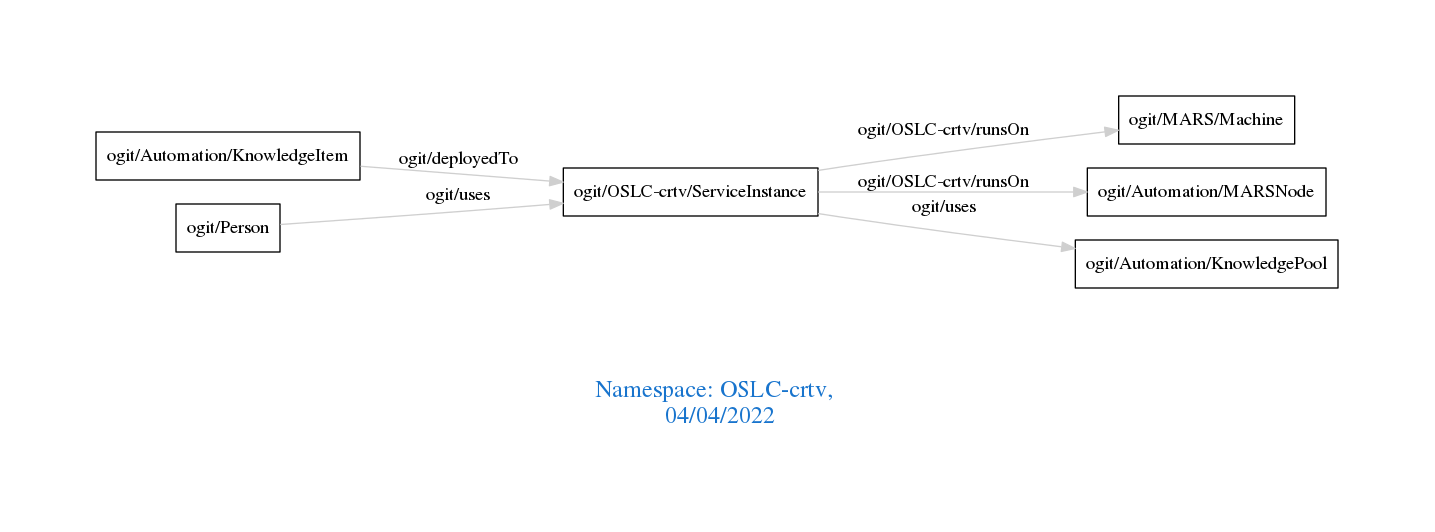
Before: downloads/OSLC-crtv.png, a diagram exported from Graphviz (arago/OGIT). Its source is kept beside it as downloads/OSLC-crtv.dot.
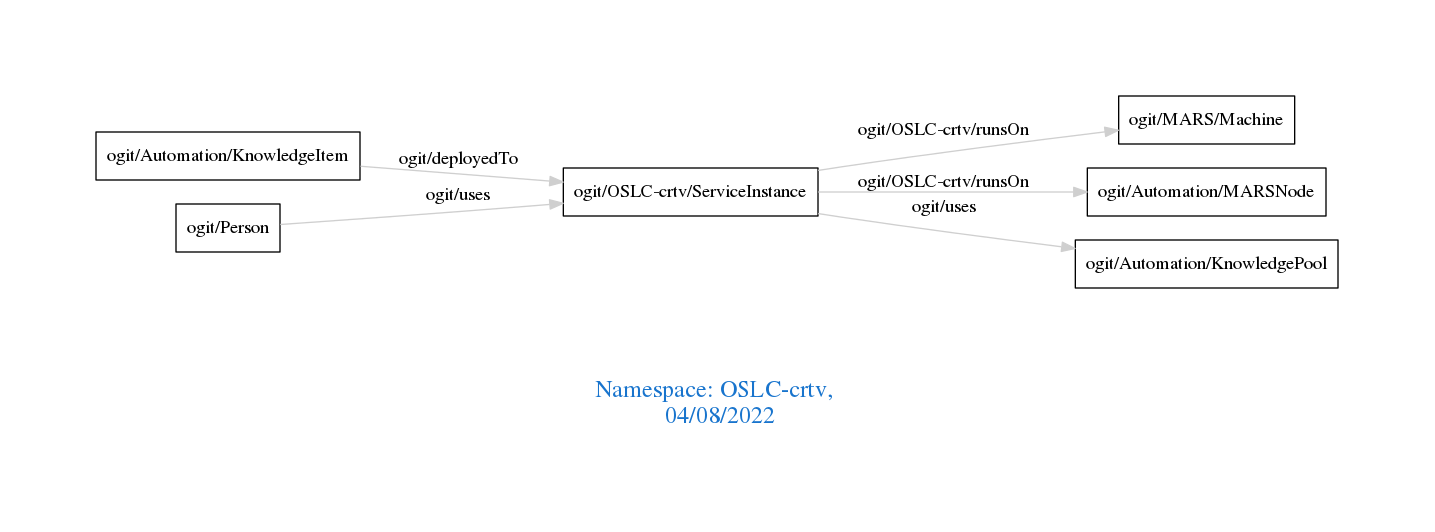
After the change.

What changed in the source:
```diff
@@ -1,7 +1,7 @@
 digraph OGIT_ontology {
  graph [ rankdir= LR,pad=1
 fontsize = 18,
-fontcolor= dodgerblue3,label = "\n\n\nNamespace: OSLC-crtv, \n 04/04/2022"];
+fontcolor= dodgerblue3,label = "\n\n\nNamespace: OSLC-crtv, \n 04/08/2022"];
 node[shape=polygon];
 edge [  color="gray81"];
 
```
